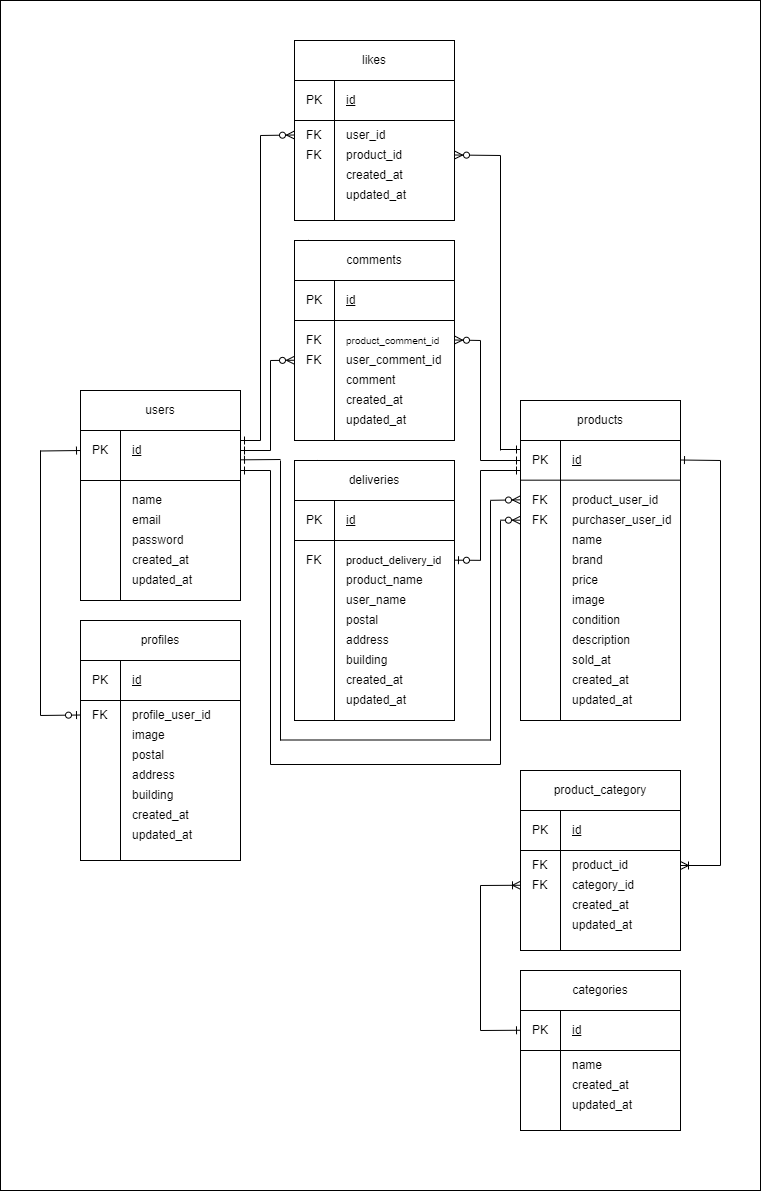
Above: CoachTechFlea.png in aocyan/coachtech-flea-pro-exam (draw.io), before the change. Source tidied: cells renumbered, new cells last; positions are measured from the earlier drawing's top-left corner, leaving out a move shared by most shapes.
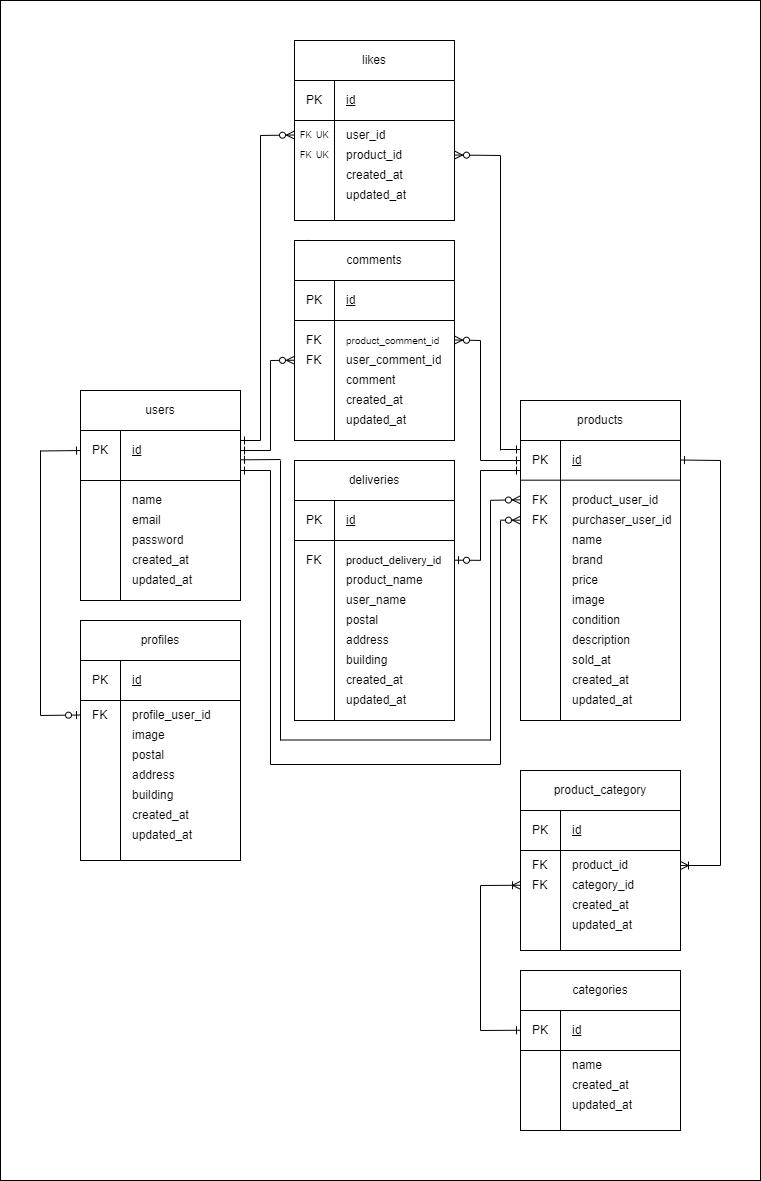
The same file after the commit.

Diff of the diagram source:
```diff
@@ -2,9 +2,9 @@
   <root>
     <mxCell id="0" />
     <mxCell id="1" parent="0" />
-    <mxCell id="2" style="rounded=0;whiteSpace=wrap;html=1;" parent="1" vertex="1">
-      <mxGeometry width="760" height="1190" as="geometry" />
-    </mxCell>
+    <mxCell id="156" style="rounded=0;whiteSpace=wrap;html=1;" parent="1" vertex="1">
+      <mxGeometry width="760" height="1180" as="geometry" />
+    </mxCell>
     <mxCell id="3" style="whiteSpace=wrap;html=1;" parent="1" vertex="1">
       <mxGeometry x="80" y="400" width="160" height="200" as="geometry" />
     </mxCell>
@@ -501,11 +501,11 @@
         <mxPoint x="334" y="120" as="targetPoint" />
       </mxGeometry>
     </mxCell>
-    <mxCell id="115" value="FK" style="rounded=0;whiteSpace=wrap;html=1;align=left;strokeColor=none;" parent="1" vertex="1">
-      <mxGeometry x="304" y="125" width="20" height="20" as="geometry" />
+    <mxCell id="115" value="FK" style="rounded=0;whiteSpace=wrap;html=1;align=left;strokeColor=none;fontSize=9;" parent="1" vertex="1">
+      <mxGeometry x="298" y="125" width="14" height="20" as="geometry" />
     </mxCell>
-    <mxCell id="116" value="FK" style="rounded=0;whiteSpace=wrap;html=1;align=left;strokeColor=none;" parent="1" vertex="1">
-      <mxGeometry x="304" y="145" width="20" height="20" as="geometry" />
+    <mxCell id="116" value="FK" style="rounded=0;whiteSpace=wrap;html=1;align=left;strokeColor=none;fontSize=9;" parent="1" vertex="1">
+      <mxGeometry x="298" y="145" width="16" height="20" as="geometry" />
     </mxCell>
     <mxCell id="117" style="endArrow=none;html=1;startArrow=ERone;startFill=0;" parent="1" edge="1">
       <mxGeometry relative="1" as="geometry">
@@ -691,5 +691,11 @@
         <mxPoint x="500" y="764" as="targetPoint" />
       </mxGeometry>
     </mxCell>
+    <mxCell id="2" value="UK" style="rounded=0;whiteSpace=wrap;html=1;align=left;strokeColor=none;fontSize=9;" parent="1" vertex="1">
+      <mxGeometry x="314" y="125" width="16" height="20" as="geometry" />
+    </mxCell>
+    <mxCell id="157" value="UK" style="rounded=0;whiteSpace=wrap;html=1;align=left;strokeColor=none;fontSize=9;" parent="1" vertex="1">
+      <mxGeometry x="314" y="145" width="16" height="20" as="geometry" />
+    </mxCell>
   </root>
 </mxGraphModel>
```
